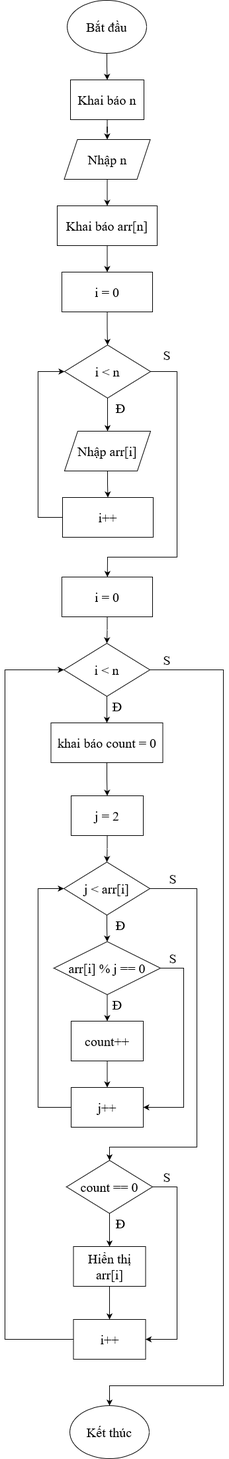
Above: Array/Flowchart/Bai4.png in antlerjely96/cppLT01K16 (draw.io), before the change. Source tidied: cells renumbered, new cells last; positions are measured from the earlier drawing's top-left corner, leaving out a move shared by most shapes.
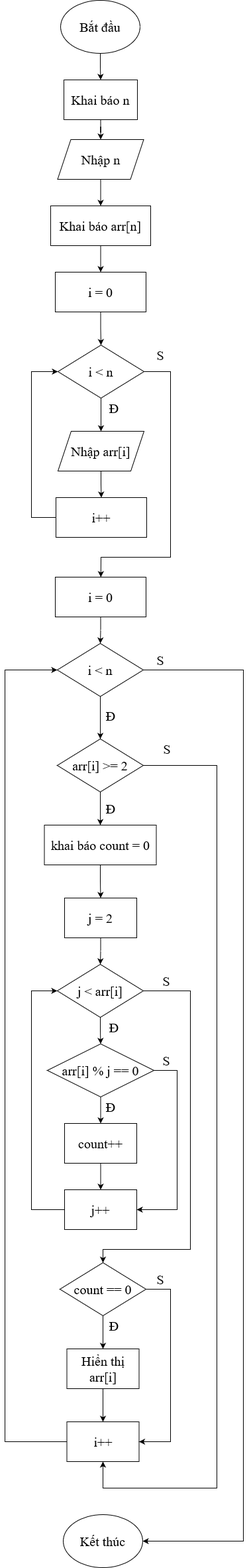
After the commit.

Commit message:
add flowchart, code Bai4 Array

What changed in the source:
```diff
@@ -2,86 +2,6 @@
   <root>
     <mxCell id="0" />
     <mxCell id="1" parent="0" />
-    <mxCell id="2" style="edgeStyle=orthogonalEdgeStyle;rounded=0;jettySize=auto;html=1;" parent="1" edge="1" source="3" target="5">
-      <mxGeometry relative="1" as="geometry" />
-    </mxCell>
-    <mxCell id="3" value="Bắt đầu" style="ellipse;whiteSpace=wrap;html=1;fontFamily=Times New Roman;fontSize=20;" parent="1" vertex="1">
-      <mxGeometry x="94" width="120" height="80" as="geometry" />
-    </mxCell>
-    <mxCell id="4" style="edgeStyle=orthogonalEdgeStyle;rounded=0;jettySize=auto;html=1;" parent="1" edge="1" source="5" target="18">
-      <mxGeometry relative="1" as="geometry" />
-    </mxCell>
-    <mxCell id="5" value="Khai báo n" style="rounded=0;whiteSpace=wrap;html=1;fontFamily=Times New Roman;fontSize=20;" parent="1" vertex="1">
-      <mxGeometry x="99" y="120" width="111" height="60" as="geometry" />
-    </mxCell>
-    <mxCell id="6" style="edgeStyle=orthogonalEdgeStyle;rounded=0;jettySize=auto;html=1;" parent="1" edge="1" source="7" target="9">
-      <mxGeometry relative="1" as="geometry" />
-    </mxCell>
-    <mxCell id="7" value="i = 0" style="rounded=0;whiteSpace=wrap;html=1;fontFamily=Times New Roman;fontSize=20;" parent="1" vertex="1">
-      <mxGeometry x="86" y="410" width="137" height="60" as="geometry" />
-    </mxCell>
-    <mxCell id="8" style="edgeStyle=orthogonalEdgeStyle;rounded=0;jettySize=auto;html=1;" parent="1" edge="1" source="9" target="11">
-      <mxGeometry relative="1" as="geometry" />
-    </mxCell>
-    <mxCell id="9" value="i &amp;lt; n" style="rhombus;whiteSpace=wrap;html=1;fontFamily=Times New Roman;fontSize=20;" parent="1" vertex="1">
-      <mxGeometry x="90" y="520" width="130" height="80" as="geometry" />
-    </mxCell>
-    <mxCell id="10" style="edgeStyle=orthogonalEdgeStyle;rounded=0;jettySize=auto;html=1;" parent="1" edge="1" source="11" target="13">
-      <mxGeometry relative="1" as="geometry" />
-    </mxCell>
-    <mxCell id="11" value="Nhập arr[i]" style="shape=parallelogram;perimeter=parallelogramPerimeter;whiteSpace=wrap;html=1;fixedSize=1;fontFamily=Times New Roman;fontSize=20;" parent="1" vertex="1">
-      <mxGeometry x="90" y="650" width="130" height="60" as="geometry" />
-    </mxCell>
-    <mxCell id="12" value="Đ" style="text;html=1;align=center;verticalAlign=middle;whiteSpace=wrap;rounded=0;fontFamily=Times New Roman;fontSize=20;" parent="1" vertex="1">
-      <mxGeometry x="160" y="600" width="30" height="30" as="geometry" />
-    </mxCell>
-    <mxCell id="13" value="i++" style="rounded=0;whiteSpace=wrap;html=1;fontFamily=Times New Roman;fontSize=20;" parent="1" vertex="1">
-      <mxGeometry x="87" y="750" width="137" height="60" as="geometry" />
-    </mxCell>
-    <mxCell id="14" style="endArrow=classic;html=1;rounded=0;exitX=0;exitY=0.5;exitDx=0;exitDy=0;entryX=0;entryY=0.5;entryDx=0;entryDy=0;" parent="1" edge="1" source="13" target="9">
-      <mxGeometry relative="1" as="geometry">
-        <Array as="points">
-          <mxPoint x="50" y="780" />
-          <mxPoint x="50" y="560" />
-        </Array>
-      </mxGeometry>
-    </mxCell>
-    <mxCell id="15" value="S" style="text;html=1;align=center;verticalAlign=middle;whiteSpace=wrap;rounded=0;fontFamily=Times New Roman;fontSize=20;" parent="1" vertex="1">
-      <mxGeometry x="230" y="520" width="30" height="30" as="geometry" />
-    </mxCell>
-    <mxCell id="16" style="endArrow=classic;html=1;rounded=0;exitX=1;exitY=0.5;exitDx=0;exitDy=0;" parent="1" edge="1" source="9" target="22">
-      <mxGeometry relative="1" as="geometry">
-        <Array as="points">
-          <mxPoint x="260" y="560" />
-          <mxPoint x="260" y="840" />
-          <mxPoint x="155" y="840" />
-        </Array>
-      </mxGeometry>
-    </mxCell>
-    <mxCell id="17" style="edgeStyle=orthogonalEdgeStyle;rounded=0;jettySize=auto;html=1;" parent="1" edge="1" source="18" target="20">
-      <mxGeometry relative="1" as="geometry" />
-    </mxCell>
-    <mxCell id="18" value="Nhập n" style="shape=parallelogram;perimeter=parallelogramPerimeter;whiteSpace=wrap;html=1;fixedSize=1;fontFamily=Times New Roman;fontSize=20;" parent="1" vertex="1">
-      <mxGeometry x="89.5" y="210" width="130" height="60" as="geometry" />
-    </mxCell>
-    <mxCell id="19" style="edgeStyle=orthogonalEdgeStyle;rounded=0;jettySize=auto;html=1;" parent="1" edge="1" source="20" target="7">
-      <mxGeometry relative="1" as="geometry" />
-    </mxCell>
-    <mxCell id="20" value="Khai báo arr[n]" style="rounded=0;whiteSpace=wrap;html=1;fontFamily=Times New Roman;fontSize=20;" parent="1" vertex="1">
-      <mxGeometry x="79" y="310" width="151" height="60" as="geometry" />
-    </mxCell>
-    <mxCell id="21" style="edgeStyle=orthogonalEdgeStyle;rounded=0;jettySize=auto;html=1;" parent="1" edge="1" source="22" target="24">
-      <mxGeometry relative="1" as="geometry" />
-    </mxCell>
-    <mxCell id="22" value="i = 0" style="rounded=0;whiteSpace=wrap;html=1;fontFamily=Times New Roman;fontSize=20;" parent="1" vertex="1">
-      <mxGeometry x="86" y="870" width="137" height="60" as="geometry" />
-    </mxCell>
-    <mxCell id="23" style="edgeStyle=orthogonalEdgeStyle;rounded=0;jettySize=auto;html=1;" parent="1" edge="1" source="24" target="26">
-      <mxGeometry relative="1" as="geometry" />
-    </mxCell>
-    <mxCell id="24" value="i &amp;lt; n" style="rhombus;whiteSpace=wrap;html=1;fontFamily=Times New Roman;fontSize=20;" parent="1" vertex="1">
-      <mxGeometry x="89" y="970" width="130" height="80" as="geometry" />
-    </mxCell>
     <mxCell id="25" style="edgeStyle=orthogonalEdgeStyle;rounded=0;jettySize=auto;html=1;" parent="1" edge="1" source="26" target="28">
       <mxGeometry relative="1" as="geometry" />
     </mxCell>
@@ -100,9 +20,6 @@
     <mxCell id="30" value="j &amp;lt; arr[i]" style="rhombus;whiteSpace=wrap;html=1;fontFamily=Times New Roman;fontSize=20;" parent="1" vertex="1">
       <mxGeometry x="89" y="1300" width="130" height="80" as="geometry" />
     </mxCell>
-    <mxCell id="31" value="Đ" style="text;html=1;align=center;verticalAlign=middle;whiteSpace=wrap;rounded=0;fontFamily=Times New Roman;fontSize=20;" parent="1" vertex="1">
-      <mxGeometry x="155" y="1050" width="30" height="30" as="geometry" />
-    </mxCell>
     <mxCell id="32" style="edgeStyle=orthogonalEdgeStyle;rounded=0;jettySize=auto;html=1;" parent="1" edge="1" source="33" target="36">
       <mxGeometry relative="1" as="geometry" />
     </mxCell>
@@ -184,28 +101,131 @@
     <mxCell id="51" value="S" style="text;html=1;align=center;verticalAlign=middle;whiteSpace=wrap;rounded=0;fontFamily=Times New Roman;fontSize=20;" parent="1" vertex="1">
       <mxGeometry x="230" y="1760" width="30" height="30" as="geometry" />
     </mxCell>
-    <mxCell id="52" style="endArrow=classic;html=1;rounded=0;exitX=0;exitY=0.5;exitDx=0;exitDy=0;entryX=0;entryY=0.5;entryDx=0;entryDy=0;" parent="1" edge="1" source="49" target="24">
-      <mxGeometry relative="1" as="geometry">
-        <Array as="points">
-          <mxPoint y="2020" />
-          <mxPoint y="1010" />
-        </Array>
-      </mxGeometry>
-    </mxCell>
     <mxCell id="53" value="Kết thúc" style="ellipse;whiteSpace=wrap;html=1;fontFamily=Times New Roman;fontSize=20;" parent="1" vertex="1">
-      <mxGeometry x="98" y="2120" width="120" height="80" as="geometry" />
+      <mxGeometry x="98" y="2130" width="120" height="80" as="geometry" />
     </mxCell>
-    <mxCell id="54" style="endArrow=classic;html=1;rounded=0;exitX=1;exitY=0.5;exitDx=0;exitDy=0;entryX=0.5;entryY=0;entryDx=0;entryDy=0;" parent="1" edge="1" source="24" target="53">
-      <mxGeometry relative="1" as="geometry">
-        <Array as="points">
-          <mxPoint x="330" y="1010" />
-          <mxPoint x="330" y="2090" />
-          <mxPoint x="158" y="2090" />
-        </Array>
-      </mxGeometry>
-    </mxCell>
-    <mxCell id="55" value="S" style="text;html=1;align=center;verticalAlign=middle;whiteSpace=wrap;rounded=0;fontFamily=Times New Roman;fontSize=20;" parent="1" vertex="1">
-      <mxGeometry x="230" y="980" width="30" height="30" as="geometry" />
-    </mxCell>
+    <mxCell id="2" style="edgeStyle=orthogonalEdgeStyle;rounded=0;jettySize=auto;html=1;" parent="1" edge="1" source="3" target="5">
+      <mxGeometry relative="1" as="geometry" />
+    </mxCell>
+    <mxCell id="3" value="Bắt đầu" style="ellipse;whiteSpace=wrap;html=1;fontFamily=Times New Roman;fontSize=20;" parent="1" vertex="1">
+      <mxGeometry x="94" y="-154" width="120" height="80" as="geometry" />
+    </mxCell>
+    <mxCell id="4" style="edgeStyle=orthogonalEdgeStyle;rounded=0;jettySize=auto;html=1;" parent="1" edge="1" source="5" target="18">
+      <mxGeometry relative="1" as="geometry" />
+    </mxCell>
+    <mxCell id="5" value="Khai báo n" style="rounded=0;whiteSpace=wrap;html=1;fontFamily=Times New Roman;fontSize=20;" parent="1" vertex="1">
+      <mxGeometry x="99" y="-34" width="111" height="60" as="geometry" />
+    </mxCell>
+    <mxCell id="56" style="edgeStyle=orthogonalEdgeStyle;rounded=0;jettySize=auto;html=1;" parent="1" edge="1" source="57" target="59">
+      <mxGeometry relative="1" as="geometry" />
+    </mxCell>
+    <mxCell id="57" value="i = 0" style="rounded=0;whiteSpace=wrap;html=1;fontFamily=Times New Roman;fontSize=20;" parent="1" vertex="1">
+      <mxGeometry x="86" y="256" width="137" height="60" as="geometry" />
+    </mxCell>
+    <mxCell id="58" style="edgeStyle=orthogonalEdgeStyle;rounded=0;jettySize=auto;html=1;" parent="1" edge="1" source="59" target="11">
+      <mxGeometry relative="1" as="geometry" />
+    </mxCell>
+    <mxCell id="59" value="i &amp;lt; n" style="rhombus;whiteSpace=wrap;html=1;fontFamily=Times New Roman;fontSize=20;" parent="1" vertex="1">
+      <mxGeometry x="90" y="366" width="130" height="80" as="geometry" />
+    </mxCell>
+    <mxCell id="10" style="edgeStyle=orthogonalEdgeStyle;rounded=0;jettySize=auto;html=1;" parent="1" edge="1" source="11" target="13">
+      <mxGeometry relative="1" as="geometry" />
+    </mxCell>
+    <mxCell id="11" value="Nhập arr[i]" style="shape=parallelogram;perimeter=parallelogramPerimeter;whiteSpace=wrap;html=1;fixedSize=1;fontFamily=Times New Roman;fontSize=20;" parent="1" vertex="1">
+      <mxGeometry x="90" y="496" width="130" height="60" as="geometry" />
+    </mxCell>
+    <mxCell id="60" value="Đ" style="text;html=1;align=center;verticalAlign=middle;whiteSpace=wrap;rounded=0;fontFamily=Times New Roman;fontSize=20;" parent="1" vertex="1">
+      <mxGeometry x="160" y="446" width="30" height="30" as="geometry" />
+    </mxCell>
+    <mxCell id="13" value="i++" style="rounded=0;whiteSpace=wrap;html=1;fontFamily=Times New Roman;fontSize=20;" parent="1" vertex="1">
+      <mxGeometry x="87" y="596" width="137" height="60" as="geometry" />
+    </mxCell>
+    <mxCell id="61" style="endArrow=classic;html=1;rounded=0;exitX=0;exitY=0.5;exitDx=0;exitDy=0;entryX=0;entryY=0.5;entryDx=0;entryDy=0;" parent="1" edge="1" source="13" target="59">
+      <mxGeometry relative="1" as="geometry">
+        <Array as="points">
+          <mxPoint x="50" y="626" />
+          <mxPoint x="50" y="406" />
+        </Array>
+      </mxGeometry>
+    </mxCell>
+    <mxCell id="62" value="S" style="text;html=1;align=center;verticalAlign=middle;whiteSpace=wrap;rounded=0;fontFamily=Times New Roman;fontSize=20;" parent="1" vertex="1">
+      <mxGeometry x="230" y="366" width="30" height="30" as="geometry" />
+    </mxCell>
+    <mxCell id="63" style="endArrow=classic;html=1;rounded=0;exitX=1;exitY=0.5;exitDx=0;exitDy=0;" parent="1" edge="1" source="59" target="66">
+      <mxGeometry relative="1" as="geometry">
+        <Array as="points">
+          <mxPoint x="260" y="406" />
+          <mxPoint x="260" y="686" />
+          <mxPoint x="155" y="686" />
+        </Array>
+      </mxGeometry>
+    </mxCell>
+    <mxCell id="17" style="edgeStyle=orthogonalEdgeStyle;rounded=0;jettySize=auto;html=1;" parent="1" edge="1" source="18" target="20">
+      <mxGeometry relative="1" as="geometry" />
+    </mxCell>
+    <mxCell id="18" value="Nhập n" style="shape=parallelogram;perimeter=parallelogramPerimeter;whiteSpace=wrap;html=1;fixedSize=1;fontFamily=Times New Roman;fontSize=20;" parent="1" vertex="1">
+      <mxGeometry x="89.5" y="56" width="130" height="60" as="geometry" />
+    </mxCell>
+    <mxCell id="64" style="edgeStyle=orthogonalEdgeStyle;rounded=0;jettySize=auto;html=1;" parent="1" edge="1" source="20" target="57">
+      <mxGeometry relative="1" as="geometry" />
+    </mxCell>
+    <mxCell id="20" value="Khai báo arr[n]" style="rounded=0;whiteSpace=wrap;html=1;fontFamily=Times New Roman;fontSize=20;" parent="1" vertex="1">
+      <mxGeometry x="79" y="156" width="151" height="60" as="geometry" />
+    </mxCell>
+    <mxCell id="65" style="edgeStyle=orthogonalEdgeStyle;rounded=0;jettySize=auto;html=1;" parent="1" edge="1" source="66" target="68">
+      <mxGeometry relative="1" as="geometry" />
+    </mxCell>
+    <mxCell id="66" value="i = 0" style="rounded=0;whiteSpace=wrap;html=1;fontFamily=Times New Roman;fontSize=20;" parent="1" vertex="1">
+      <mxGeometry x="86" y="716" width="137" height="60" as="geometry" />
+    </mxCell>
+    <mxCell id="67" style="edgeStyle=orthogonalEdgeStyle;rounded=0;jettySize=auto;html=1;entryX=0.5;entryY=0;entryDx=0;entryDy=0;" parent="1" edge="1" source="68" target="72">
+      <mxGeometry relative="1" as="geometry" />
+    </mxCell>
+    <mxCell id="68" value="i &amp;lt; n" style="rhombus;whiteSpace=wrap;html=1;fontFamily=Times New Roman;fontSize=20;" parent="1" vertex="1">
+      <mxGeometry x="89" y="816" width="130" height="80" as="geometry" />
+    </mxCell>
+    <mxCell id="69" value="Đ" style="text;html=1;align=center;verticalAlign=middle;whiteSpace=wrap;rounded=0;fontFamily=Times New Roman;fontSize=20;" parent="1" vertex="1">
+      <mxGeometry x="155" y="910" width="30" height="30" as="geometry" />
+    </mxCell>
+    <mxCell id="70" value="S" style="text;html=1;align=center;verticalAlign=middle;whiteSpace=wrap;rounded=0;fontFamily=Times New Roman;fontSize=20;" parent="1" vertex="1">
+      <mxGeometry x="230" y="826" width="30" height="30" as="geometry" />
+    </mxCell>
+    <mxCell id="71" style="edgeStyle=orthogonalEdgeStyle;rounded=0;jettySize=auto;html=1;" parent="1" edge="1" source="72" target="26">
+      <mxGeometry relative="1" as="geometry" />
+    </mxCell>
+    <mxCell id="72" value="arr[i] &amp;gt;= 2" style="rhombus;whiteSpace=wrap;html=1;fontFamily=Times New Roman;fontSize=20;" parent="1" vertex="1">
+      <mxGeometry x="89" y="960" width="130" height="80" as="geometry" />
+    </mxCell>
+    <mxCell id="31" value="Đ" style="text;html=1;align=center;verticalAlign=middle;whiteSpace=wrap;rounded=0;fontFamily=Times New Roman;fontSize=20;" parent="1" vertex="1">
+      <mxGeometry x="155" y="1050" width="30" height="30" as="geometry" />
+    </mxCell>
+    <mxCell id="73" style="endArrow=classic;html=1;rounded=0;exitX=1;exitY=0.5;exitDx=0;exitDy=0;entryX=0.5;entryY=1;entryDx=0;entryDy=0;" parent="1" edge="1" source="72" target="49">
+      <mxGeometry relative="1" as="geometry">
+        <Array as="points">
+          <mxPoint x="330" y="1000" />
+          <mxPoint x="330" y="2090" />
+          <mxPoint x="158" y="2090" />
+        </Array>
+      </mxGeometry>
+    </mxCell>
+    <mxCell id="74" style="endArrow=classic;html=1;rounded=0;exitX=0;exitY=0.5;exitDx=0;exitDy=0;entryX=0;entryY=0.5;entryDx=0;entryDy=0;" parent="1" edge="1" source="49" target="68">
+      <mxGeometry relative="1" as="geometry">
+        <Array as="points">
+          <mxPoint x="10" y="2020" />
+          <mxPoint x="10" y="856" />
+        </Array>
+      </mxGeometry>
+    </mxCell>
+    <mxCell id="75" value="S" style="text;html=1;align=center;verticalAlign=middle;whiteSpace=wrap;rounded=0;fontFamily=Times New Roman;fontSize=20;" parent="1" vertex="1">
+      <mxGeometry x="240" y="960" width="30" height="30" as="geometry" />
+    </mxCell>
+    <mxCell id="76" style="endArrow=classic;html=1;rounded=0;exitX=1;exitY=0.5;exitDx=0;exitDy=0;entryX=1;entryY=0.5;entryDx=0;entryDy=0;" parent="1" edge="1" source="68" target="53">
+      <mxGeometry relative="1" as="geometry">
+        <Array as="points">
+          <mxPoint x="370" y="856" />
+          <mxPoint x="370" y="2170" />
+        </Array>
+      </mxGeometry>
+    </mxCell>
   </root>
 </mxGraphModel>
```
